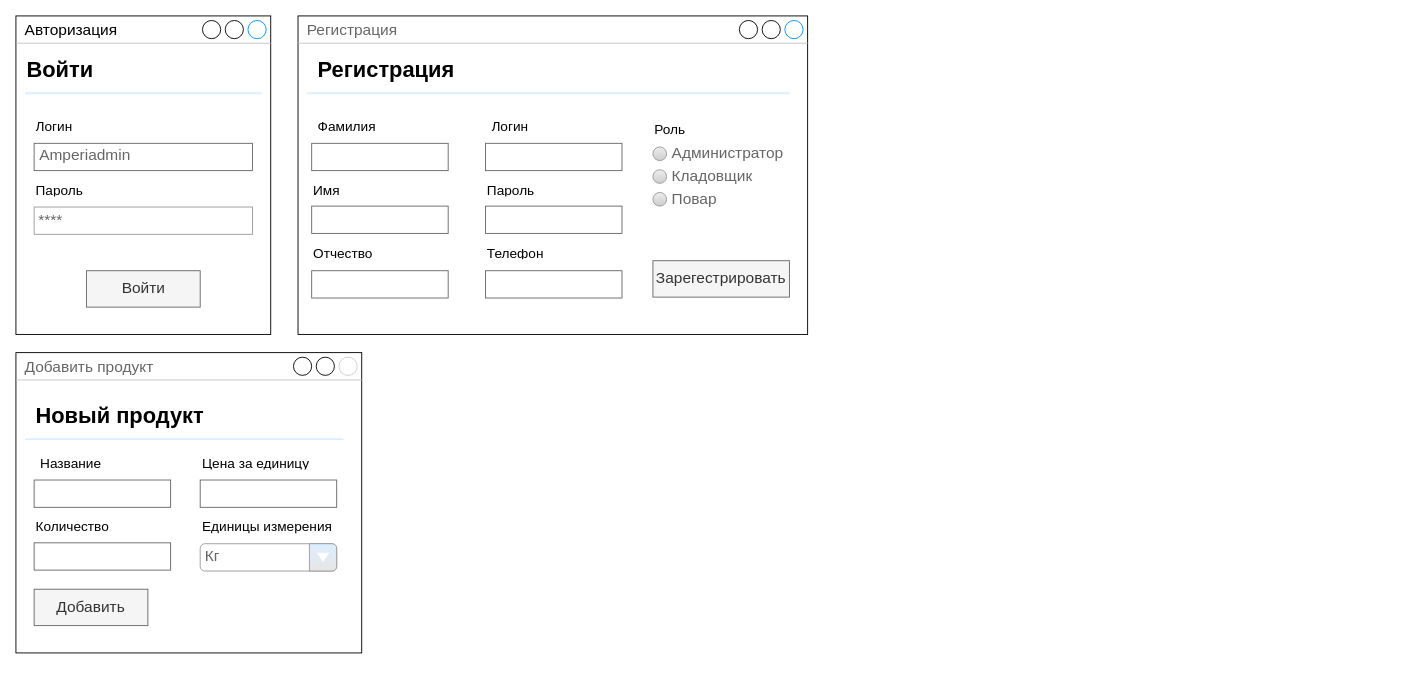
Above: Untitled Diagram.drawio in Natasaruk/PPMixCart (draw.io), before the change. Source tidied: cells renumbered, new cells numbered last; positions are measured from the earlier drawing's top-left corner, leaving out a move shared by most shapes. Both pictures are drawn from the tidied source at 91%, with x=0, y=0 at pixel (15, 15).
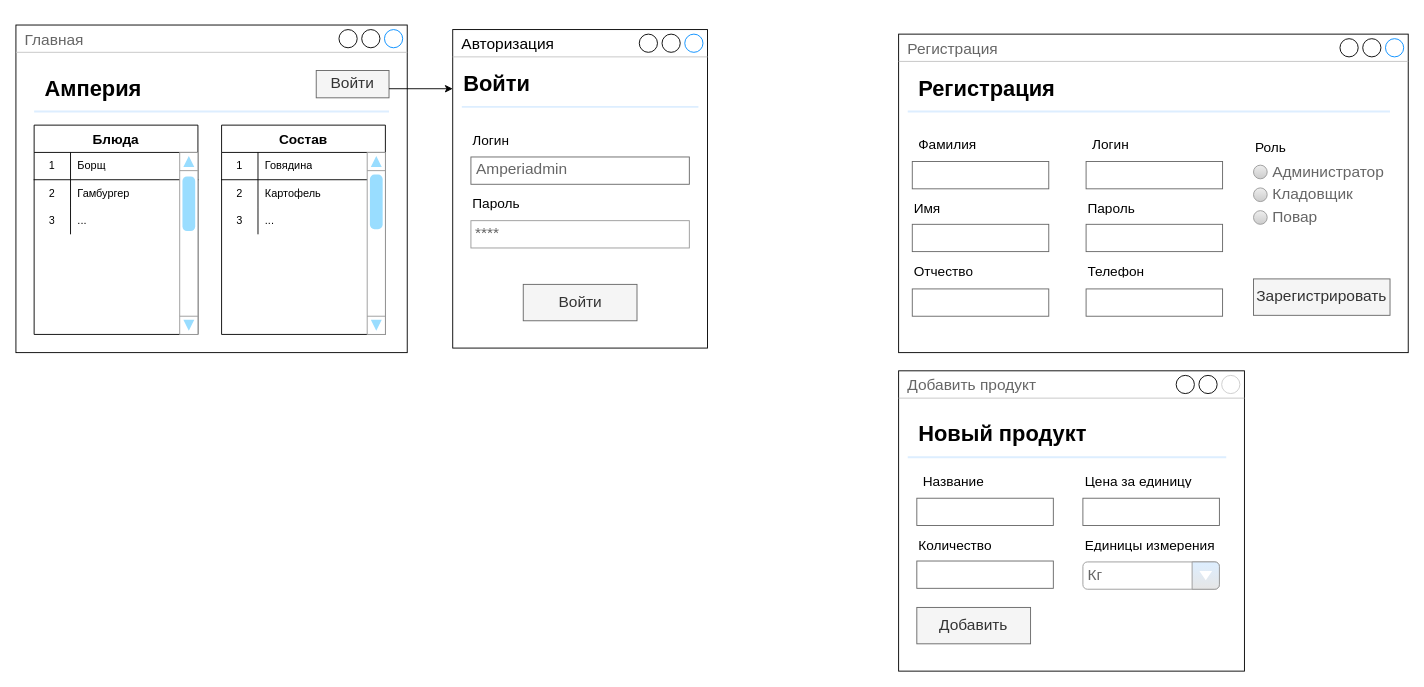
The same diagram, later.

The edit, as a diff of the source:
```diff
@@
     <mxCell id="2" value="Авторизация&lt;br&gt;" style="strokeWidth=1;shadow=0;dashed=0;align=left;html=1;shape=mxgraph.mockup.containers.window;align=left;verticalAlign=top;spacingLeft=8;strokeColor2=#008cff;strokeColor3=#c4c4c4;mainText=;fontSize=17;labelBackgroundColor=none;" parent="1" vertex="1">
-      <mxGeometry width="280" height="350" as="geometry" />
+      <mxGeometry x="480" y="15" width="280" height="350" as="geometry" />
     </mxCell>
     <mxCell id="3" value="Amperiadmin" style="strokeWidth=1;shadow=0;dashed=0;align=left;html=1;shape=mxgraph.mockup.text.textBox;fontColor=#666666;align=left;fontSize=17;spacingLeft=4;spacingTop=-3;strokeColor=#666666;mainText=;gradientColor=none;" parent="1" vertex="1">
-      <mxGeometry x="20" y="140" width="240" height="30" as="geometry" />
+      <mxGeometry x="500" y="155" width="240" height="30" as="geometry" />
     </mxCell>
     <mxCell id="4" value="Логин" style="text;html=1;strokeColor=none;fillColor=none;align=left;verticalAlign=middle;whiteSpace=wrap;overflow=hidden;fontSize=15;" parent="1" vertex="1">
-      <mxGeometry x="20" y="110" width="80" height="20" as="geometry" />
+      <mxGeometry x="500" y="125" width="80" height="20" as="geometry" />
     </mxCell>
     <mxCell id="5" value="Пароль" style="text;html=1;strokeColor=none;fillColor=none;align=left;verticalAlign=middle;whiteSpace=wrap;overflow=hidden;fontSize=15;" parent="1" vertex="1">
-      <mxGeometry x="20" y="180" width="80" height="20" as="geometry" />
+      <mxGeometry x="500" y="195" width="80" height="20" as="geometry" />
     </mxCell>
     <mxCell id="6" value="Войти" style="text;strokeColor=none;fillColor=none;html=1;fontSize=24;fontStyle=1;verticalAlign=middle;align=left;" parent="1" vertex="1">
-      <mxGeometry x="10" y="40" width="100" height="40" as="geometry" />
+      <mxGeometry x="490" y="55" width="100" height="40" as="geometry" />
     </mxCell>
     <mxCell id="7" value="Регистрация" style="strokeWidth=1;shadow=0;dashed=0;align=left;html=1;shape=mxgraph.mockup.containers.window;align=left;verticalAlign=top;spacingLeft=8;strokeColor2=#008cff;strokeColor3=#c4c4c4;fontColor=#666666;mainText=;fontSize=17;labelBackgroundColor=none;gradientColor=none;" parent="1" vertex="1">
-      <mxGeometry x="310" width="560" height="350" as="geometry" />
+      <mxGeometry x="970" y="20" width="560" height="350" as="geometry" />
     </mxCell>
     <mxCell id="8" value="Регистрация" style="text;strokeColor=none;fillColor=none;html=1;fontSize=24;fontStyle=1;verticalAlign=middle;align=left;" parent="1" vertex="1">
-      <mxGeometry x="330" y="40" width="100" height="40" as="geometry" />
+      <mxGeometry x="990" y="60" width="100" height="40" as="geometry" />
     </mxCell>
     <mxCell id="9" style="shape=line;strokeColor=#ddeeff;strokeWidth=2;html=1;align=left;" parent="1" vertex="1">
-      <mxGeometry x="10" y="80" width="260" height="10" as="geometry" />
+      <mxGeometry x="490" y="95" width="260" height="10" as="geometry" />
     </mxCell>
     <mxCell id="10" value="****" style="strokeWidth=1;shadow=0;dashed=0;align=left;html=1;shape=mxgraph.mockup.forms.pwField;strokeColor=#999999;mainText=;align=left;fontColor=#666666;fontSize=17;spacingLeft=3;gradientColor=none;" parent="1" vertex="1">
-      <mxGeometry x="20" y="210" width="240" height="30" as="geometry" />
+      <mxGeometry x="500" y="225" width="240" height="30" as="geometry" />
     </mxCell>
     <mxCell id="11" style="shape=line;strokeColor=#ddeeff;strokeWidth=2;html=1;align=left;" parent="1" vertex="1">
-      <mxGeometry x="320" y="80" width="530" height="10" as="geometry" />
+      <mxGeometry x="980" y="100" width="530" height="10" as="geometry" />
     </mxCell>
     <mxCell id="12" value="Войти" style="rounded=0;whiteSpace=wrap;html=1;fontSize=17;fillColor=#f5f5f5;strokeColor=#666666;fontColor=#333333;align=center;" parent="1" vertex="1">
-      <mxGeometry x="77.5" y="280" width="125" height="40" as="geometry" />
+      <mxGeometry x="557.5" y="295" width="125" height="40" as="geometry" />
     </mxCell>
     <mxCell id="13" value="Отчество" style="text;html=1;strokeColor=none;fillColor=none;align=left;verticalAlign=middle;whiteSpace=wrap;overflow=hidden;fontSize=15;" parent="1" vertex="1">
-      <mxGeometry x="325" y="249" width="80" height="20" as="geometry" />
+      <mxGeometry x="985" y="269" width="80" height="20" as="geometry" />
     </mxCell>
     <mxCell id="14" value="Имя" style="text;html=1;strokeColor=none;fillColor=none;align=left;verticalAlign=middle;whiteSpace=wrap;overflow=hidden;fontSize=15;" parent="1" vertex="1">
-      <mxGeometry x="325" y="180" width="80" height="20" as="geometry" />
+      <mxGeometry x="985" y="200" width="80" height="20" as="geometry" />
     </mxCell>
     <mxCell id="15" value="Фамилия" style="text;html=1;strokeColor=none;fillColor=none;align=left;verticalAlign=middle;whiteSpace=wrap;overflow=hidden;fontSize=15;" parent="1" vertex="1">
-      <mxGeometry x="330" y="110" width="80" height="20" as="geometry" />
+      <mxGeometry x="990" y="130" width="80" height="20" as="geometry" />
     </mxCell>
     <mxCell id="16" style="strokeWidth=1;shadow=0;dashed=0;align=left;html=1;shape=mxgraph.mockup.text.textBox;fontColor=#666666;align=left;fontSize=17;spacingLeft=4;spacingTop=-3;strokeColor=#666666;mainText=;gradientColor=none;" parent="1" vertex="1">
-      <mxGeometry x="325" y="140" width="150" height="30" as="geometry" />
+      <mxGeometry x="985" y="160" width="150" height="30" as="geometry" />
     </mxCell>
     <mxCell id="17" style="strokeWidth=1;shadow=0;dashed=0;align=left;html=1;shape=mxgraph.mockup.text.textBox;fontColor=#666666;align=left;fontSize=17;spacingLeft=4;spacingTop=-3;strokeColor=#666666;mainText=;gradientColor=none;" parent="1" vertex="1">
-      <mxGeometry x="325" y="209" width="150" height="30" as="geometry" />
+      <mxGeometry x="985" y="229" width="150" height="30" as="geometry" />
     </mxCell>
     <mxCell id="18" style="strokeWidth=1;shadow=0;dashed=0;align=left;html=1;shape=mxgraph.mockup.text.textBox;fontColor=#666666;align=left;fontSize=17;spacingLeft=4;spacingTop=-3;strokeColor=#666666;mainText=;gradientColor=none;" parent="1" vertex="1">
-      <mxGeometry x="325" y="280" width="150" height="30" as="geometry" />
+      <mxGeometry x="985" y="300" width="150" height="30" as="geometry" />
     </mxCell>
     <mxCell id="19" value="Пароль" style="text;html=1;strokeColor=none;fillColor=none;align=left;verticalAlign=middle;whiteSpace=wrap;overflow=hidden;fontSize=15;" parent="1" vertex="1">
-      <mxGeometry x="516" y="180" width="80" height="20" as="geometry" />
+      <mxGeometry x="1176" y="200" width="80" height="20" as="geometry" />
     </mxCell>
     <mxCell id="20" value="Логин" style="text;html=1;strokeColor=none;fillColor=none;align=left;verticalAlign=middle;whiteSpace=wrap;overflow=hidden;fontSize=15;" parent="1" vertex="1">
-      <mxGeometry x="521" y="110" width="80" height="20" as="geometry" />
+      <mxGeometry x="1181" y="130" width="80" height="20" as="geometry" />
     </mxCell>
     <mxCell id="21" style="strokeWidth=1;shadow=0;dashed=0;align=left;html=1;shape=mxgraph.mockup.text.textBox;fontColor=#666666;align=left;fontSize=17;spacingLeft=4;spacingTop=-3;strokeColor=#666666;mainText=;gradientColor=none;" parent="1" vertex="1">
-      <mxGeometry x="516" y="140" width="150" height="30" as="geometry" />
+      <mxGeometry x="1176" y="160" width="150" height="30" as="geometry" />
     </mxCell>
     <mxCell id="22" style="strokeWidth=1;shadow=0;dashed=0;align=left;html=1;shape=mxgraph.mockup.text.textBox;fontColor=#666666;align=left;fontSize=17;spacingLeft=4;spacingTop=-3;strokeColor=#666666;mainText=;gradientColor=none;" parent="1" vertex="1">
-      <mxGeometry x="516" y="209" width="150" height="30" as="geometry" />
+      <mxGeometry x="1176" y="229" width="150" height="30" as="geometry" />
     </mxCell>
     <mxCell id="23" value="Роль" style="text;html=1;strokeColor=none;fillColor=none;align=left;verticalAlign=middle;whiteSpace=wrap;overflow=hidden;fontSize=15;" parent="1" vertex="1">
-      <mxGeometry x="700" y="113" width="80" height="20" as="geometry" />
+      <mxGeometry x="1360" y="133" width="80" height="20" as="geometry" />
     </mxCell>
     <mxCell id="24" value="Администратор" style="shape=ellipse;fillColor=#eeeeee;strokeColor=#999999;gradientColor=#cccccc;html=1;align=left;spacingLeft=4;fontSize=17;fontColor=#666666;labelPosition=right;shadow=0;" parent="1" vertex="1">
-      <mxGeometry x="700" y="144" width="15" height="15" as="geometry" />
+      <mxGeometry x="1360" y="164" width="15" height="15" as="geometry" />
     </mxCell>
     <mxCell id="25" value="Кладовщик" style="shape=ellipse;fillColor=#eeeeee;strokeColor=#999999;gradientColor=#cccccc;html=1;align=left;spacingLeft=4;fontSize=17;fontColor=#666666;labelPosition=right;shadow=0;" parent="1" vertex="1">
-      <mxGeometry x="700" y="169" width="15" height="15" as="geometry" />
+      <mxGeometry x="1360" y="189" width="15" height="15" as="geometry" />
     </mxCell>
     <mxCell id="26" value="Повар" style="shape=ellipse;fillColor=#eeeeee;strokeColor=#999999;gradientColor=#cccccc;html=1;align=left;spacingLeft=4;fontSize=17;fontColor=#666666;labelPosition=right;shadow=0;" parent="1" vertex="1">
-      <mxGeometry x="700" y="194" width="15" height="15" as="geometry" />
+      <mxGeometry x="1360" y="214" width="15" height="15" as="geometry" />
     </mxCell>
     <mxCell id="27" value="Телефон" style="text;html=1;strokeColor=none;fillColor=none;align=left;verticalAlign=middle;whiteSpace=wrap;overflow=hidden;fontSize=15;" parent="1" vertex="1">
-      <mxGeometry x="516" y="249" width="80" height="20" as="geometry" />
+      <mxGeometry x="1176" y="269" width="80" height="20" as="geometry" />
     </mxCell>
     <mxCell id="28" style="strokeWidth=1;shadow=0;dashed=0;align=left;html=1;shape=mxgraph.mockup.text.textBox;fontColor=#666666;align=left;fontSize=17;spacingLeft=4;spacingTop=-3;strokeColor=#666666;mainText=;gradientColor=none;" parent="1" vertex="1">
-      <mxGeometry x="516" y="280" width="150" height="30" as="geometry" />
+      <mxGeometry x="1176" y="300" width="150" height="30" as="geometry" />
     </mxCell>
-    <mxCell id="29" value="Зарегестрировать" style="rounded=0;whiteSpace=wrap;html=1;fontSize=17;fillColor=#f5f5f5;strokeColor=#666666;fontColor=#333333;align=center;" parent="1" vertex="1">
-      <mxGeometry x="700" y="269" width="150" height="40" as="geometry" />
+    <mxCell id="29" value="Зарегистрировать" style="rounded=0;whiteSpace=wrap;html=1;fontSize=17;fillColor=#f5f5f5;strokeColor=#666666;fontColor=#333333;align=center;" parent="1" vertex="1">
+      <mxGeometry x="1360" y="289" width="150" height="40" as="geometry" />
     </mxCell>
     <mxCell id="30" value="Добавить продукт" style="strokeWidth=1;shadow=0;dashed=0;align=center;html=1;shape=mxgraph.mockup.containers.window;align=left;verticalAlign=top;spacingLeft=8;strokeColor2=#CCCCCC;strokeColor3=#c4c4c4;fontColor=#666666;mainText=;fontSize=17;labelBackgroundColor=none;gradientColor=none;" parent="1" vertex="1">
-      <mxGeometry y="370" width="380" height="330" as="geometry" />
+      <mxGeometry x="970" y="390" width="380" height="330" as="geometry" />
     </mxCell>
     <mxCell id="31" value="Новый продукт" style="text;strokeColor=none;fillColor=none;html=1;fontSize=24;fontStyle=1;verticalAlign=middle;align=left;" parent="1" vertex="1">
-      <mxGeometry x="20" y="420" width="100" height="40" as="geometry" />
+      <mxGeometry x="990" y="440" width="100" height="40" as="geometry" />
     </mxCell>
     <mxCell id="32" style="shape=line;strokeColor=#ddeeff;strokeWidth=2;html=1;align=left;" parent="1" vertex="1">
-      <mxGeometry x="10" y="460" width="350" height="10" as="geometry" />
+      <mxGeometry x="980" y="480" width="350" height="10" as="geometry" />
     </mxCell>
     <mxCell id="33" value="Цена за единицу" style="text;html=1;strokeColor=none;fillColor=none;align=left;verticalAlign=middle;whiteSpace=wrap;overflow=hidden;fontSize=15;" parent="1" vertex="1">
-      <mxGeometry x="202.5" y="480" width="160" height="20" as="geometry" />
+      <mxGeometry x="1172.5" y="500" width="160" height="20" as="geometry" />
     </mxCell>
     <mxCell id="34" value="Количество" style="text;html=1;strokeColor=none;fillColor=none;align=left;verticalAlign=middle;whiteSpace=wrap;overflow=hidden;fontSize=15;" parent="1" vertex="1">
-      <mxGeometry x="20" y="550" width="100" height="20" as="geometry" />
+      <mxGeometry x="990" y="570" width="100" height="20" as="geometry" />
     </mxCell>
     <mxCell id="35" value="Название" style="text;html=1;strokeColor=none;fillColor=none;align=left;verticalAlign=middle;whiteSpace=wrap;overflow=hidden;fontSize=15;" parent="1" vertex="1">
-      <mxGeometry x="25" y="480" width="80" height="20" as="geometry" />
+      <mxGeometry x="995" y="500" width="80" height="20" as="geometry" />
     </mxCell>
     <mxCell id="36" style="strokeWidth=1;shadow=0;dashed=0;align=left;html=1;shape=mxgraph.mockup.text.textBox;fontColor=#666666;align=left;fontSize=17;spacingLeft=4;spacingTop=-3;strokeColor=#666666;mainText=;gradientColor=none;" parent="1" vertex="1">
-      <mxGeometry x="20" y="510" width="150" height="30" as="geometry" />
+      <mxGeometry x="990" y="530" width="150" height="30" as="geometry" />
     </mxCell>
     <mxCell id="37" style="strokeWidth=1;shadow=0;dashed=0;align=left;html=1;shape=mxgraph.mockup.text.textBox;fontColor=#666666;align=left;fontSize=17;spacingLeft=4;spacingTop=-3;strokeColor=#666666;mainText=;gradientColor=none;" parent="1" vertex="1">
-      <mxGeometry x="20" y="579" width="150" height="30" as="geometry" />
+      <mxGeometry x="990" y="599" width="150" height="30" as="geometry" />
     </mxCell>
     <mxCell id="38" value="Единицы измерения" style="text;html=1;strokeColor=none;fillColor=none;align=left;verticalAlign=middle;whiteSpace=wrap;overflow=hidden;fontSize=15;" parent="1" vertex="1">
-      <mxGeometry x="202.5" y="550" width="147.5" height="20" as="geometry" />
+      <mxGeometry x="1172.5" y="570" width="147.5" height="20" as="geometry" />
     </mxCell>
     <mxCell id="39" style="strokeWidth=1;shadow=0;dashed=0;align=left;html=1;shape=mxgraph.mockup.text.textBox;fontColor=#666666;align=left;fontSize=17;spacingLeft=4;spacingTop=-3;strokeColor=#666666;mainText=;gradientColor=none;" parent="1" vertex="1">
-      <mxGeometry x="202.5" y="510" width="150" height="30" as="geometry" />
+      <mxGeometry x="1172.5" y="530" width="150" height="30" as="geometry" />
     </mxCell>
     <mxCell id="40" value="Кг" style="strokeWidth=1;shadow=0;dashed=0;align=center;html=1;shape=mxgraph.mockup.forms.comboBox;strokeColor=#999999;fillColor=#ddeeff;align=left;fillColor2=#E6E6E6;mainText=;fontColor=#666666;fontSize=17;spacingLeft=3;labelBackgroundColor=none;sketch=0;" parent="1" vertex="1">
-      <mxGeometry x="202.5" y="580" width="150" height="30" as="geometry" />
+      <mxGeometry x="1172.5" y="600" width="150" height="30" as="geometry" />
     </mxCell>
     <mxCell id="41" value="Добавить" style="rounded=0;whiteSpace=wrap;html=1;fontSize=17;fillColor=#f5f5f5;strokeColor=#666666;fontColor=#333333;align=center;" parent="1" vertex="1">
-      <mxGeometry x="20" y="630" width="125" height="40" as="geometry" />
+      <mxGeometry x="990" y="650" width="125" height="40" as="geometry" />
     </mxCell>
+    <mxCell id="42" value="Главная" style="strokeWidth=1;shadow=0;dashed=0;align=center;html=1;shape=mxgraph.mockup.containers.window;align=left;verticalAlign=top;spacingLeft=8;strokeColor2=#008cff;strokeColor3=#c4c4c4;fontColor=#666666;mainText=;fontSize=17;labelBackgroundColor=none;rounded=0;sketch=0;gradientColor=none;" parent="1" vertex="1">
+      <mxGeometry y="10" width="430" height="360" as="geometry" />
+    </mxCell>
+    <mxCell id="43" value="Блюда" style="shape=table;startSize=30;childLayout=tableLayout;rowLines=0;fontStyle=1;align=center;rounded=0;shadow=0;labelBackgroundColor=none;sketch=0;fontSize=15;gradientColor=none;" parent="1" vertex="1">
+      <mxGeometry x="20" y="120" width="180" height="230" as="geometry" />
+    </mxCell>
+    <mxCell id="44" style="shape=partialRectangle;html=1;whiteSpace=wrap;fillColor=none;top=0;left=0;bottom=1;right=0;" parent="43" vertex="1">
+      <mxGeometry y="30" width="180" height="30" as="geometry" />
+    </mxCell>
+    <mxCell id="45" value="1" style="shape=partialRectangle;html=1;whiteSpace=wrap;fillColor=none;top=0;left=0;bottom=0;right=0;overflow=hidden;" parent="44" vertex="1">
+      <mxGeometry width="40" height="30" as="geometry" />
+    </mxCell>
+    <mxCell id="46" value="Борщ" style="shape=partialRectangle;html=1;whiteSpace=wrap;fillColor=none;top=0;left=0;bottom=0;right=0;align=left;spacingLeft=6;overflow=hidden;" parent="44" vertex="1">
+      <mxGeometry x="40" width="140" height="30" as="geometry" />
+    </mxCell>
+    <mxCell id="47" style="shape=partialRectangle;html=1;whiteSpace=wrap;fillColor=none;top=0;left=0;bottom=0;right=0;" parent="43" vertex="1">
+      <mxGeometry y="60" width="180" height="30" as="geometry" />
+    </mxCell>
+    <mxCell id="48" value="2" style="shape=partialRectangle;html=1;whiteSpace=wrap;fillColor=none;top=0;left=0;bottom=0;right=0;overflow=hidden;" parent="47" vertex="1">
+      <mxGeometry width="40" height="30" as="geometry" />
+    </mxCell>
+    <mxCell id="49" value="Гамбургер" style="shape=partialRectangle;html=1;whiteSpace=wrap;fillColor=none;top=0;left=0;bottom=0;right=0;align=left;spacingLeft=6;overflow=hidden;" parent="47" vertex="1">
+      <mxGeometry x="40" width="140" height="30" as="geometry" />
+    </mxCell>
+    <mxCell id="50" style="shape=partialRectangle;html=1;whiteSpace=wrap;fillColor=none;top=0;left=0;bottom=0;right=0;" parent="43" vertex="1">
+      <mxGeometry y="90" width="180" height="30" as="geometry" />
+    </mxCell>
+    <mxCell id="51" value="3" style="shape=partialRectangle;html=1;whiteSpace=wrap;fillColor=none;top=0;left=0;bottom=0;right=0;overflow=hidden;" parent="50" vertex="1">
+      <mxGeometry width="40" height="30" as="geometry" />
+    </mxCell>
+    <mxCell id="52" value="..." style="shape=partialRectangle;html=1;whiteSpace=wrap;fillColor=none;top=0;left=0;bottom=0;right=0;align=left;spacingLeft=6;overflow=hidden;" parent="50" vertex="1">
+      <mxGeometry x="40" width="140" height="30" as="geometry" />
+    </mxCell>
+    <mxCell id="53" style="verticalLabelPosition=bottom;shadow=0;dashed=0;align=center;html=1;verticalAlign=top;strokeWidth=1;shape=mxgraph.mockup.navigation.scrollBar;strokeColor=#999999;barPos=93.667;fillColor2=#99ddff;strokeColor2=none;direction=north;rounded=0;labelBackgroundColor=none;sketch=0;fontSize=15;gradientColor=none;" parent="1" vertex="1">
+      <mxGeometry x="180" y="150" width="20" height="200" as="geometry" />
+    </mxCell>
+    <mxCell id="54" value="Амперия" style="text;strokeColor=none;fillColor=none;html=1;fontSize=24;fontStyle=1;verticalAlign=middle;align=left;" parent="1" vertex="1">
+      <mxGeometry x="30" y="60" width="100" height="40" as="geometry" />
+    </mxCell>
+    <mxCell id="55" style="shape=line;strokeColor=#ddeeff;strokeWidth=2;html=1;align=left;" parent="1" vertex="1">
+      <mxGeometry x="20" y="100" width="390" height="10" as="geometry" />
+    </mxCell>
+    <mxCell id="56" value="Состав" style="shape=table;startSize=30;childLayout=tableLayout;rowLines=0;fontStyle=1;align=center;rounded=0;shadow=0;labelBackgroundColor=none;sketch=0;fontSize=15;gradientColor=none;" parent="1" vertex="1">
+      <mxGeometry x="226" y="120" width="180" height="230" as="geometry" />
+    </mxCell>
+    <mxCell id="57" style="shape=partialRectangle;html=1;whiteSpace=wrap;fillColor=none;top=0;left=0;bottom=1;right=0;" parent="56" vertex="1">
+      <mxGeometry y="30" width="180" height="30" as="geometry" />
+    </mxCell>
+    <mxCell id="58" value="1" style="shape=partialRectangle;html=1;whiteSpace=wrap;fillColor=none;top=0;left=0;bottom=0;right=0;overflow=hidden;" parent="57" vertex="1">
+      <mxGeometry width="40" height="30" as="geometry" />
+    </mxCell>
+    <mxCell id="59" value="Говядина" style="shape=partialRectangle;html=1;whiteSpace=wrap;fillColor=none;top=0;left=0;bottom=0;right=0;align=left;spacingLeft=6;overflow=hidden;strokeColor=none;strokeWidth=0;" parent="57" vertex="1">
+      <mxGeometry x="40" width="140" height="30" as="geometry" />
+    </mxCell>
+    <mxCell id="60" style="shape=partialRectangle;html=1;whiteSpace=wrap;fillColor=none;top=0;left=0;bottom=0;right=0;" parent="56" vertex="1">
+      <mxGeometry y="60" width="180" height="30" as="geometry" />
+    </mxCell>
+    <mxCell id="61" value="2" style="shape=partialRectangle;html=1;whiteSpace=wrap;fillColor=none;top=0;left=0;bottom=0;right=0;overflow=hidden;strokeColor=none;" parent="60" vertex="1">
+      <mxGeometry width="40" height="30" as="geometry" />
+    </mxCell>
+    <mxCell id="62" value="Картофель" style="shape=partialRectangle;html=1;whiteSpace=wrap;fillColor=none;top=0;left=0;bottom=0;right=0;align=left;spacingLeft=6;overflow=hidden;strokeColor=none;" parent="60" vertex="1">
+      <mxGeometry x="40" width="140" height="30" as="geometry" />
+    </mxCell>
+    <mxCell id="63" style="shape=partialRectangle;html=1;whiteSpace=wrap;fillColor=none;top=0;left=0;bottom=0;right=0;" parent="56" vertex="1">
+      <mxGeometry y="90" width="180" height="30" as="geometry" />
+    </mxCell>
+    <mxCell id="64" value="3" style="shape=partialRectangle;html=1;whiteSpace=wrap;fillColor=none;top=0;left=0;bottom=0;right=0;overflow=hidden;" parent="63" vertex="1">
+      <mxGeometry width="40" height="30" as="geometry" />
+    </mxCell>
+    <mxCell id="65" value="..." style="shape=partialRectangle;html=1;whiteSpace=wrap;fillColor=none;top=0;left=0;bottom=0;right=0;align=left;spacingLeft=6;overflow=hidden;" parent="63" vertex="1">
+      <mxGeometry x="40" width="140" height="30" as="geometry" />
+    </mxCell>
+    <mxCell id="66" style="verticalLabelPosition=bottom;shadow=0;dashed=0;align=center;html=1;verticalAlign=top;strokeWidth=1;shape=mxgraph.mockup.navigation.scrollBar;strokeColor=#999999;barPos=95.667;fillColor2=#99ddff;strokeColor2=none;direction=north;rounded=0;labelBackgroundColor=none;sketch=0;fontSize=15;gradientColor=none;" parent="1" vertex="1">
+      <mxGeometry x="386" y="150" width="20" height="200" as="geometry" />
+    </mxCell>
+    <mxCell id="67" value="Войти" style="rounded=0;whiteSpace=wrap;html=1;fontSize=17;fillColor=#f5f5f5;strokeColor=#666666;fontColor=#333333;align=center;" parent="1" vertex="1">
+      <mxGeometry x="330" y="60" width="80" height="30" as="geometry" />
+    </mxCell>
+    <mxCell id="68" style="edgeStyle=segmentEdgeStyle;endArrow=classic;html=1;fontSize=15;" parent="1" edge="1">
+      <mxGeometry relative="1" as="geometry">
+        <mxPoint x="410" y="80" as="sourcePoint" />
+        <mxPoint x="480" y="80" as="targetPoint" />
+      </mxGeometry>
+    </mxCell>
```
